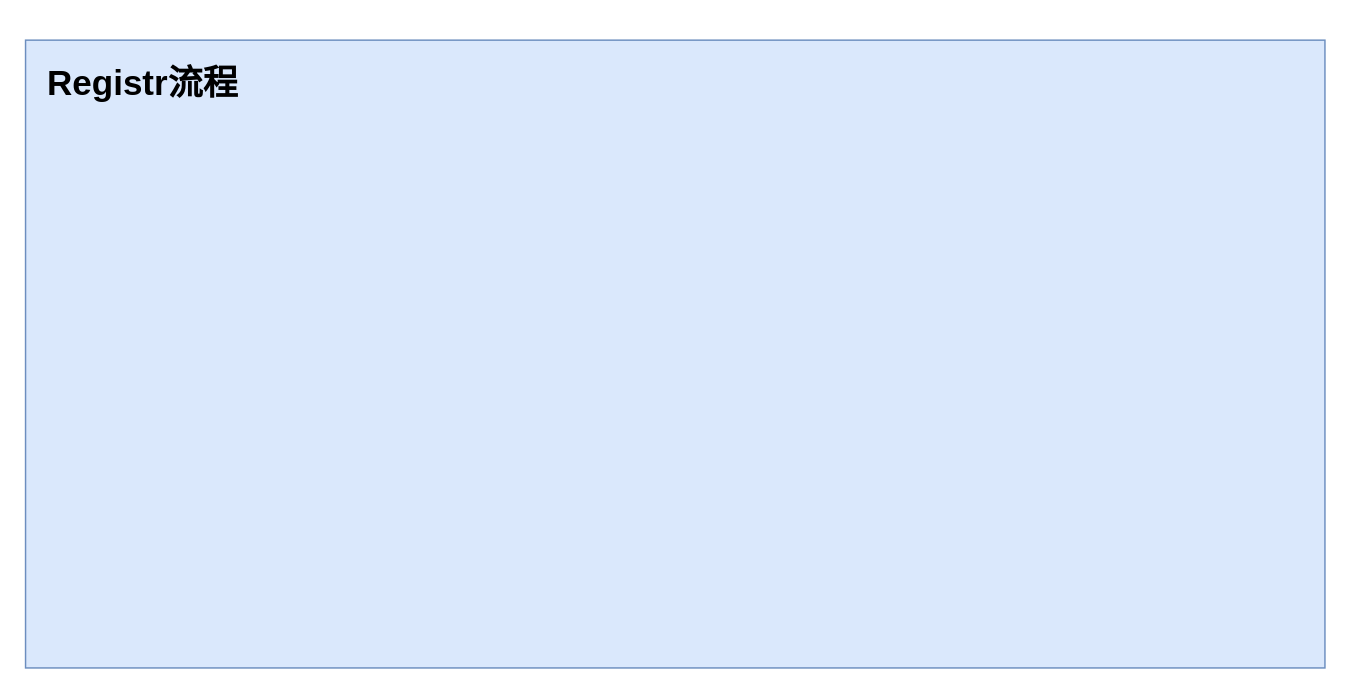
The draw.io diagram go-zero-12306.drawio in Kiritoabc/drawio, before the edit. Source tidied: cells renumbered, new cells numbered last; positions are measured from the earlier drawing's top-left corner, leaving out a move shared by most shapes. Both pictures are drawn from the tidied source at 146%, with x=0, y=0 at pixel (25, 39).
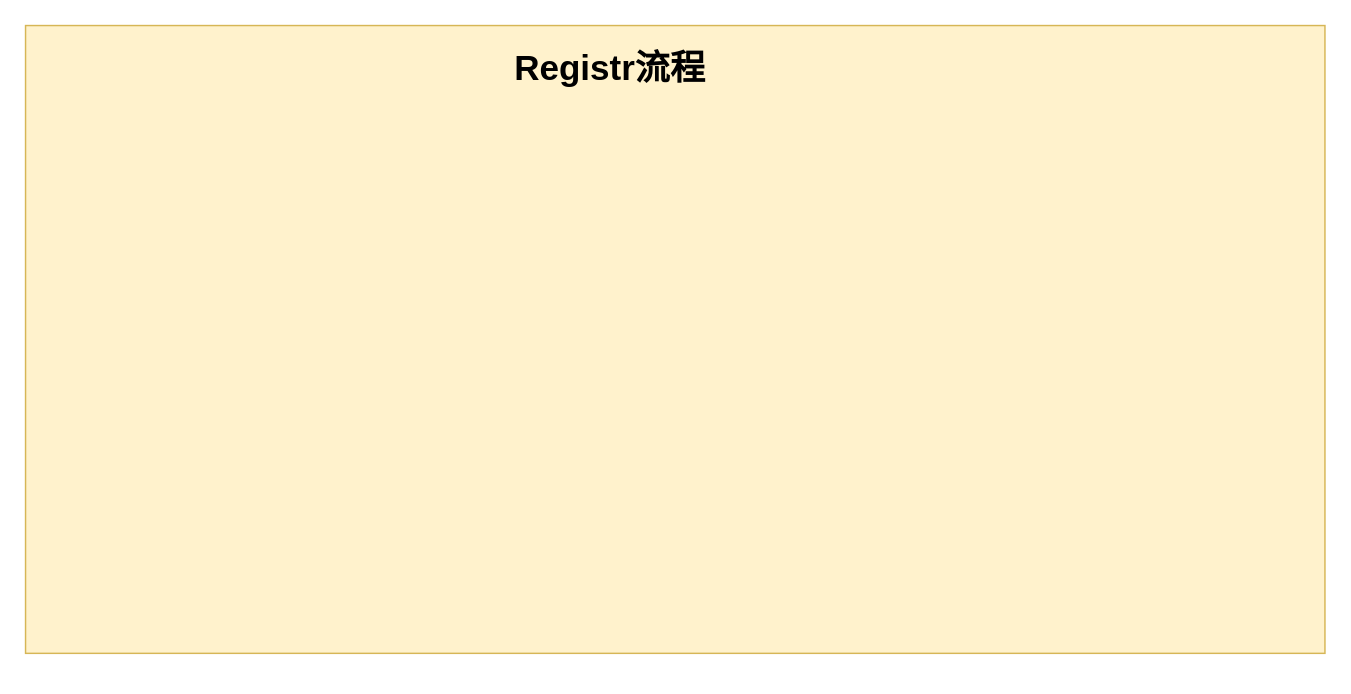
The same diagram, later.

Change to the diagram source:
```diff
@@
 <mxGraphModel>
   <root>
     <mxCell id="0" />
     <mxCell id="1" parent="0" />
-    <mxCell id="2" style="rounded=0;whiteSpace=wrap;html=1;fillColor=#dae8fc;strokeColor=#6c8ebf;" parent="1" vertex="1">
-      <mxGeometry width="890" height="430" as="geometry" />
+    <mxCell id="2" style="rounded=0;whiteSpace=wrap;html=1;fillColor=#fff2cc;strokeColor=#d6b656;" parent="1" vertex="1">
+      <mxGeometry y="-10" width="890" height="430" as="geometry" />
     </mxCell>
     <mxCell id="3" value="Registr流程" style="text;strokeColor=none;fillColor=none;html=1;fontSize=24;fontStyle=1;verticalAlign=middle;align=center;" parent="1" vertex="1">
-      <mxGeometry x="30" y="10" width="100" height="40" as="geometry" />
+      <mxGeometry x="350" width="100" height="40" as="geometry" />
     </mxCell>
   </root>
 </mxGraphModel>
```
